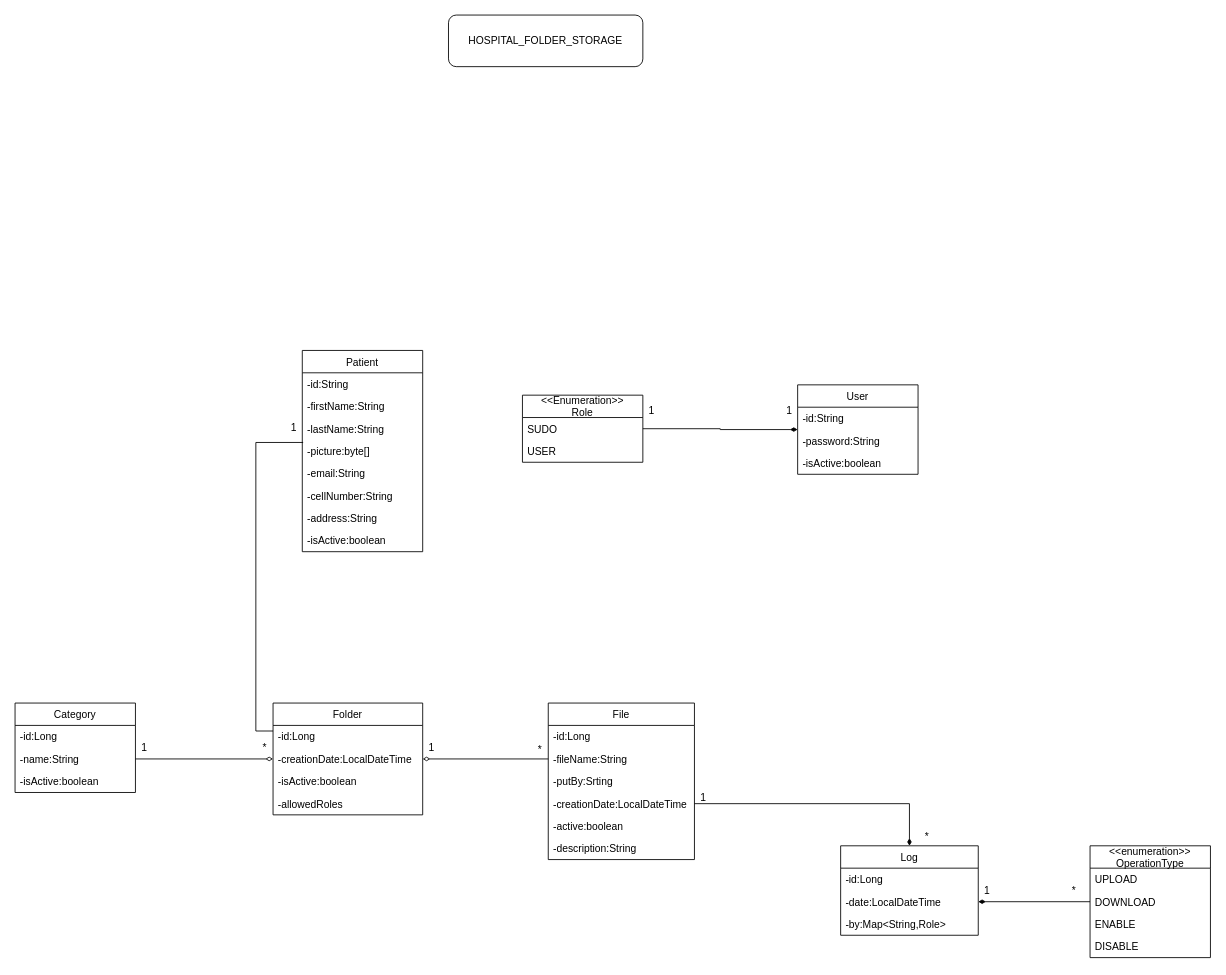
Earlier version of the draw.io diagram fileCabinetUML.drawio (Moussa348/FilingCabinet). Source tidied: cells renumbered, new cells numbered last; positions are measured from the earlier drawing's top-left corner, leaving out a move shared by most shapes. Both pictures are drawn from the tidied source at 86%, with x=0, y=0 at pixel (15, 15).
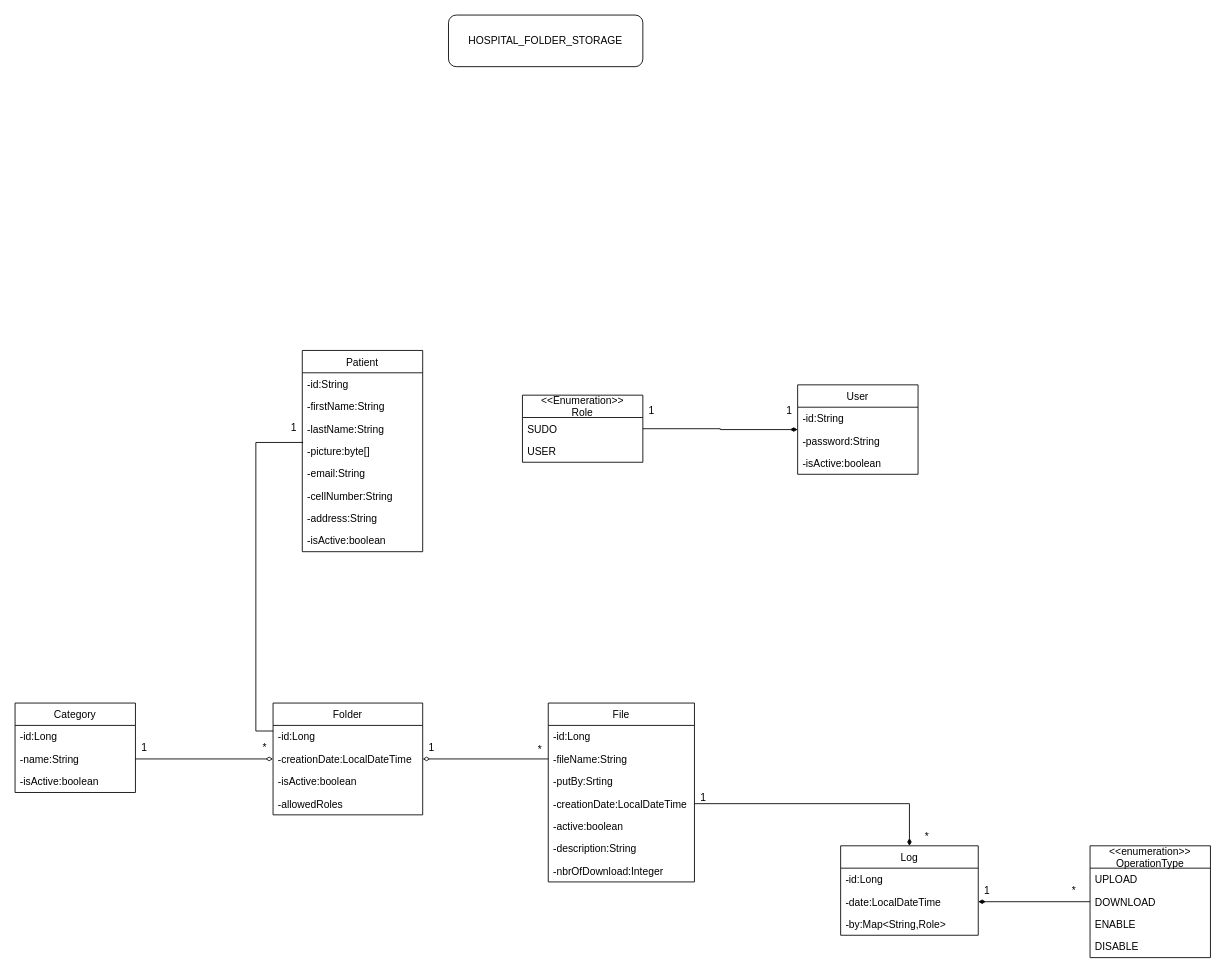
Above is the later version.

Change to the diagram source:
```diff
@@
     <mxCell id="26" value="File" style="swimlane;fontStyle=0;horizontal=1;startSize=26;fillColor=none;" parent="1" vertex="1">
-      <mxGeometry x="620" y="800" width="170" height="182" as="geometry" />
+      <mxGeometry x="620" y="800" width="170" height="208" as="geometry" />
     </mxCell>
@@
+    <mxCell id="61" value="-nbrOfDownload:Integer" style="text;strokeColor=none;fillColor=none;align=left;verticalAlign=top;spacingLeft=4;spacingRight=4;overflow=hidden;" parent="26" vertex="1">
+      <mxGeometry y="182" width="170" height="26" as="geometry" />
+    </mxCell>
```
